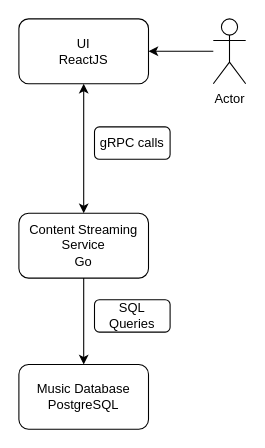
The draw.io diagram system-architecture.drawio in matthew-c-atu/project-diagrams, before the edit. Source tidied: cells renumbered, new cells numbered last; positions are measured from the earlier drawing's top-left corner, leaving out a move shared by most shapes. Both pictures are drawn from the tidied source at 108%, with x=0, y=0 at pixel (18, 18).
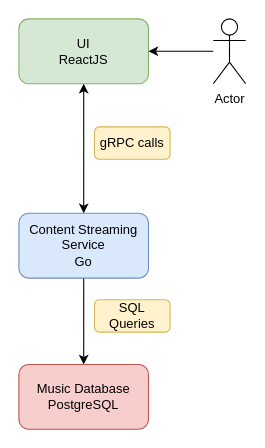
Above is the later version.

The edit, as a diff of the source:
```diff
@@
 <mxGraphModel>
   <root>
     <mxCell id="0" />
     <mxCell id="1" parent="0" />
     <mxCell id="2" style="edgeStyle=orthogonalEdgeStyle;rounded=0;jettySize=auto;html=1;exitX=0.5;exitY=1;exitDx=0;exitDy=0;" parent="1" edge="1" source="3" target="5">
       <mxGeometry relative="1" as="geometry" />
     </mxCell>
-    <mxCell id="3" value="&lt;div&gt;Content Streaming Service&lt;/div&gt;&lt;div&gt;Go&lt;br&gt;&lt;/div&gt;" style="rounded=1;whiteSpace=wrap;html=1;" parent="1" vertex="1">
+    <mxCell id="3" value="&lt;div&gt;Content Streaming Service&lt;/div&gt;&lt;div&gt;Go&lt;br&gt;&lt;/div&gt;" style="rounded=1;whiteSpace=wrap;html=1;fillColor=#dae8fc;strokeColor=#6c8ebf;" parent="1" vertex="1">
       <mxGeometry y="180" width="120" height="60" as="geometry" />
     </mxCell>
-    <mxCell id="4" value="&lt;div&gt;UI&lt;/div&gt;&lt;div&gt;ReactJS&lt;br&gt;&lt;/div&gt;" style="rounded=1;whiteSpace=wrap;html=1;" parent="1" vertex="1">
+    <mxCell id="4" value="&lt;div&gt;UI&lt;/div&gt;&lt;div&gt;ReactJS&lt;br&gt;&lt;/div&gt;" style="rounded=1;whiteSpace=wrap;html=1;fillColor=#d5e8d4;strokeColor=#82b366;" parent="1" vertex="1">
       <mxGeometry width="120" height="60" as="geometry" />
     </mxCell>
-    <mxCell id="5" value="&lt;div&gt;Music Database&lt;/div&gt;&lt;div&gt;PostgreSQL&lt;br&gt;&lt;/div&gt;" style="rounded=1;whiteSpace=wrap;html=1;" parent="1" vertex="1">
+    <mxCell id="5" value="&lt;div&gt;Music Database&lt;/div&gt;&lt;div&gt;PostgreSQL&lt;br&gt;&lt;/div&gt;" style="rounded=1;whiteSpace=wrap;html=1;fillColor=#f8cecc;strokeColor=#b85450;" parent="1" vertex="1">
       <mxGeometry y="320" width="120" height="60" as="geometry" />
     </mxCell>
     <mxCell id="6" style="endArrow=classic;startArrow=classic;html=1;rounded=0;entryX=0.5;entryY=1;entryDx=0;entryDy=0;exitX=0.5;exitY=0;exitDx=0;exitDy=0;" parent="1" edge="1" source="3" target="4">
       <mxGeometry relative="1" as="geometry" />
     </mxCell>
-    <mxCell id="7" value="SQL Queries" style="rounded=1;whiteSpace=wrap;html=1;" parent="1" vertex="1">
+    <mxCell id="7" value="SQL Queries" style="rounded=1;whiteSpace=wrap;html=1;fillColor=#fff2cc;strokeColor=#d6b656;" parent="1" vertex="1">
       <mxGeometry x="70" y="260" width="70" height="30" as="geometry" />
     </mxCell>
-    <mxCell id="8" value="gRPC calls" style="rounded=1;whiteSpace=wrap;html=1;" parent="1" vertex="1">
+    <mxCell id="8" value="gRPC calls" style="rounded=1;whiteSpace=wrap;html=1;fillColor=#fff2cc;strokeColor=#d6b656;" parent="1" vertex="1">
       <mxGeometry x="70" y="100" width="70" height="30" as="geometry" />
     </mxCell>
     <mxCell id="9" value="Actor" style="shape=umlActor;verticalLabelPosition=bottom;verticalAlign=top;html=1;outlineConnect=0;" parent="1" vertex="1">
       <mxGeometry x="180" width="30" height="60" as="geometry" />
     </mxCell>
     <mxCell id="10" style="endArrow=classic;html=1;rounded=0;entryX=1;entryY=0.5;entryDx=0;entryDy=0;" parent="1" edge="1" source="9" target="4">
       <mxGeometry relative="1" as="geometry" />
     </mxCell>
   </root>
 </mxGraphModel>
```
